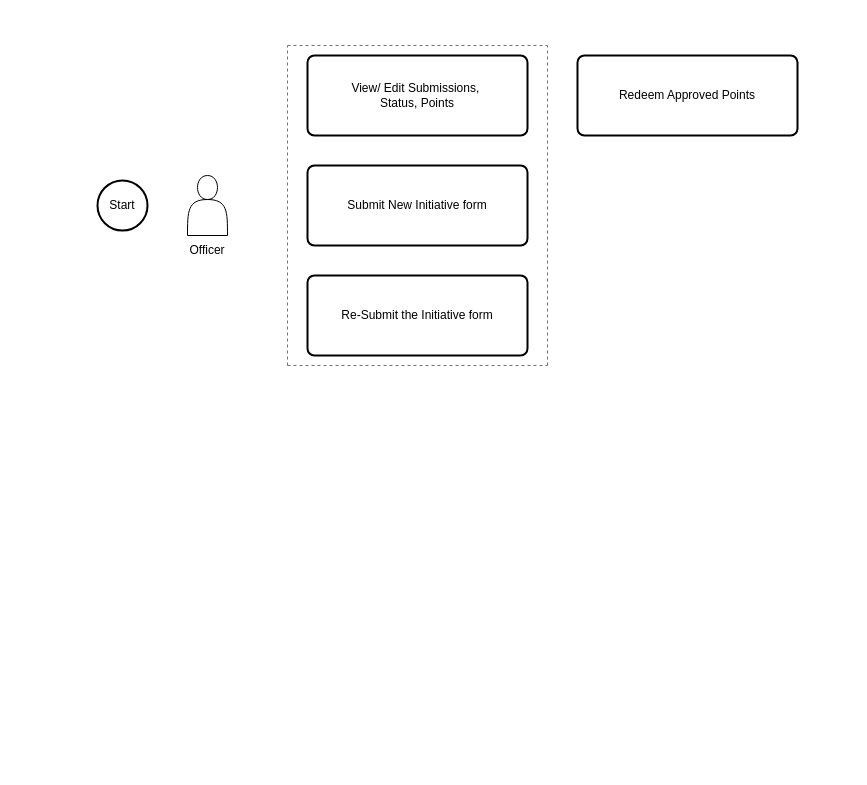
ganeshglitz/drawio keeps this draw.io diagram as Untitled Diagram.drawio. Above is the earlier version. Source tidied: cells renumbered, new cells numbered last; positions are measured from the earlier drawing's top-left corner, leaving out a move shared by most shapes. Both pictures are drawn from the tidied source at 100%, with x=0, y=0 at pixel (97, 45). Pictures stored in the file or linked from it are replaced by grey dashed boxes.
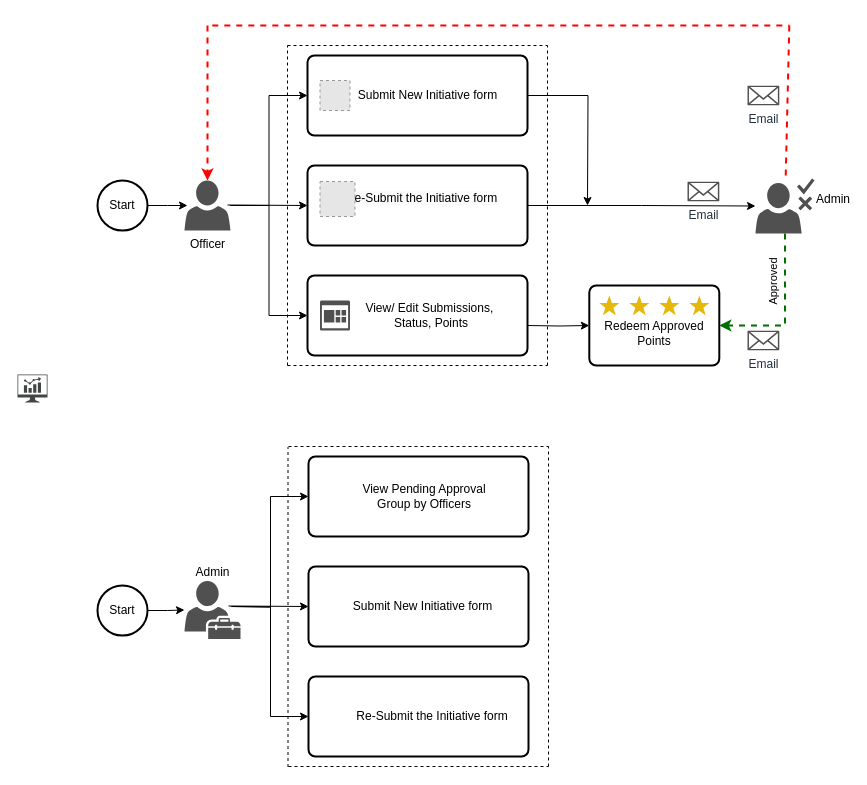
The same diagram, later.

Unchanged cells that the change refers to:
```xml
<mxCell id="2" value="Start" style="strokeWidth=2;html=1;shape=mxgraph.flowchart.start_2;whiteSpace=wrap;" parent="1" vertex="1">
  <mxGeometry y="135" width="50" height="50" as="geometry" />
</mxCell>
```

What changed in the source:
```diff
@@
+    <mxCell id="13" style="edgeStyle=orthogonalEdgeStyle;rounded=0;jettySize=auto;html=1;exitX=1;exitY=0.5;exitDx=0;exitDy=0;exitPerimeter=0;" parent="1" edge="1" source="2">
+      <mxGeometry relative="1" as="geometry">
+        <mxPoint x="90" y="160" as="targetPoint" />
+      </mxGeometry>
+    </mxCell>
@@
-    <mxCell id="3" style="shape=actor;whiteSpace=wrap;html=1;" parent="1" vertex="1">
-      <mxGeometry x="90" y="130" width="40" height="60" as="geometry" />
-    </mxCell>
-    <mxCell id="4" value="Officer" style="text;html=1;align=center;verticalAlign=middle;whiteSpace=wrap;rounded=0;" parent="1" vertex="1">
-      <mxGeometry x="80" y="190" width="60" height="30" as="geometry" />
-    </mxCell>
+    <mxCell id="14" style="edgeStyle=orthogonalEdgeStyle;rounded=0;jettySize=auto;html=1;" parent="1" edge="1" source="5" target="21">
+      <mxGeometry relative="1" as="geometry" />
+    </mxCell>
-    <mxCell id="5" value="Submit New Initiative form" style="rounded=1;whiteSpace=wrap;html=1;absoluteArcSize=1;arcSize=14;strokeWidth=2;" parent="1" vertex="1">
+    <mxCell id="5" value="&#10;&lt;span style=&quot;color: rgb(0, 0, 0); font-family: Helvetica; font-size: 12px; font-style: normal; font-variant-ligatures: normal; font-variant-caps: normal; font-weight: 400; letter-spacing: normal; orphans: 2; text-align: center; text-indent: 0px; text-transform: none; widows: 2; word-spacing: 0px; -webkit-text-stroke-width: 0px; white-space: normal; background-color: rgb(251, 251, 251); text-decoration-thickness: initial; text-decoration-style: initial; text-decoration-color: initial; display: inline !important; float: none;&quot;&gt;Re-Submit the Initiative form&lt;/span&gt;&#10;&#10;" style="rounded=1;whiteSpace=wrap;html=1;absoluteArcSize=1;arcSize=14;strokeWidth=2;spacingTop=0;spacingLeft=9;" parent="1" vertex="1">
       <mxGeometry x="210" y="120" width="220" height="80" as="geometry" />
     </mxCell>
+    <mxCell id="15" style="edgeStyle=orthogonalEdgeStyle;rounded=0;jettySize=auto;html=1;exitX=1;exitY=0.5;exitDx=0;exitDy=0;" parent="1" edge="1" source="11">
+      <mxGeometry relative="1" as="geometry">
+        <mxPoint x="490" y="160" as="targetPoint" />
+      </mxGeometry>
+    </mxCell>
-    <mxCell id="6" value="Re-Submit the Initiative form" style="rounded=1;whiteSpace=wrap;html=1;absoluteArcSize=1;arcSize=14;strokeWidth=2;" parent="1" vertex="1">
+    <mxCell id="6" value="View/ Edit Submissions,&amp;nbsp;&lt;br&gt;&lt;span style=&quot;background-color: initial;&quot;&gt;Status, Points&lt;/span&gt;" style="rounded=1;whiteSpace=wrap;html=1;absoluteArcSize=1;arcSize=14;strokeWidth=2;align=center;spacingLeft=28;" parent="1" vertex="1">
       <mxGeometry x="210" y="230" width="220" height="80" as="geometry" />
     </mxCell>
-    <mxCell id="7" style="endArrow=none;dashed=1;html=1;rounded=0;fillColor=#f8cecc;strokeColor=#b85450;" parent="1" edge="1">
+    <mxCell id="7" style="endArrow=none;dashed=1;html=1;rounded=0;fillColor=#f8cecc;strokeColor=#000000;" parent="1" edge="1">
       <mxGeometry relative="1" as="geometry">
         <mxPoint x="190" y="320" as="sourcePoint" />
         <mxPoint x="190" as="targetPoint" />
       </mxGeometry>
     </mxCell>
-    <mxCell id="8" style="endArrow=none;dashed=1;html=1;rounded=0;fillColor=#f8cecc;strokeColor=#b85450;" parent="1" edge="1">
+    <mxCell id="8" style="endArrow=none;dashed=1;html=1;rounded=0;fillColor=#f8cecc;strokeColor=#000000;" parent="1" edge="1">
       <mxGeometry relative="1" as="geometry">
         <mxPoint x="450" y="320" as="sourcePoint" />
         <mxPoint x="450" as="targetPoint" />
         <Array as="points">
           <mxPoint x="450" y="160" />
         </Array>
       </mxGeometry>
     </mxCell>
-    <mxCell id="9" style="endArrow=none;dashed=1;html=1;rounded=0;fillColor=#f8cecc;strokeColor=#b85450;" parent="1" edge="1">
+    <mxCell id="9" style="endArrow=none;dashed=1;html=1;rounded=0;fillColor=#f8cecc;strokeColor=#000000;" parent="1" edge="1">
       <mxGeometry relative="1" as="geometry">
         <mxPoint x="190" y="320" as="sourcePoint" />
         <mxPoint x="450" y="320" as="targetPoint" />
       </mxGeometry>
     </mxCell>
-    <mxCell id="10" style="endArrow=none;dashed=1;html=1;rounded=0;fillColor=#f8cecc;strokeColor=#b85450;" parent="1" edge="1">
+    <mxCell id="10" style="endArrow=none;dashed=1;html=1;rounded=0;fillColor=#f8cecc;strokeColor=#000000;" parent="1" edge="1">
       <mxGeometry relative="1" as="geometry">
         <mxPoint x="190" as="sourcePoint" />
         <mxPoint x="450" as="targetPoint" />
       </mxGeometry>
     </mxCell>
+    <mxCell id="16" style="edgeStyle=orthogonalEdgeStyle;rounded=0;jettySize=auto;html=1;entryX=0;entryY=0.5;entryDx=0;entryDy=0;" parent="1" edge="1" target="12">
+      <mxGeometry relative="1" as="geometry">
+        <mxPoint x="430" y="280" as="sourcePoint" />
+      </mxGeometry>
+    </mxCell>
-    <mxCell id="11" value="View/ Edit Submissions,&amp;nbsp;&lt;div&gt;Status, Points&lt;/div&gt;" style="rounded=1;whiteSpace=wrap;html=1;absoluteArcSize=1;arcSize=14;strokeWidth=2;" parent="1" vertex="1">
+    <mxCell id="11" value="Submit New Initiative form" style="rounded=1;whiteSpace=wrap;html=1;absoluteArcSize=1;arcSize=14;strokeWidth=2;spacingLeft=21;" parent="1" vertex="1">
       <mxGeometry x="210" y="10" width="220" height="80" as="geometry" />
     </mxCell>
-    <mxCell id="12" value="Redeem Approved Points" style="rounded=1;whiteSpace=wrap;html=1;absoluteArcSize=1;arcSize=14;strokeWidth=2;" parent="1" vertex="1">
-      <mxGeometry x="480" y="10" width="220" height="80" as="geometry" />
+    <mxCell id="12" value="Redeem Approved Points" style="rounded=1;whiteSpace=wrap;html=1;absoluteArcSize=1;arcSize=14;strokeWidth=2;spacingTop=16;" parent="1" vertex="1">
+      <mxGeometry x="491.8" y="240" width="130" height="80" as="geometry" />
     </mxCell>
+    <mxCell id="17" style="endArrow=classic;html=1;rounded=0;entryX=0;entryY=0.5;entryDx=0;entryDy=0;" parent="1" edge="1" target="5">
+      <mxGeometry relative="1" as="geometry">
+        <mxPoint x="130" y="159.5" as="sourcePoint" />
+      </mxGeometry>
+    </mxCell>
+    <mxCell id="18" style="edgeStyle=orthogonalEdgeStyle;rounded=0;jettySize=auto;html=1;entryX=0;entryY=0.5;entryDx=0;entryDy=0;" parent="1" edge="1" source="4" target="6">
+      <mxGeometry relative="1" as="geometry" />
+    </mxCell>
+    <mxCell id="19" style="edgeStyle=orthogonalEdgeStyle;rounded=0;jettySize=auto;html=1;entryX=0;entryY=0.5;entryDx=0;entryDy=0;" parent="1" edge="1" source="4" target="11">
+      <mxGeometry relative="1" as="geometry" />
+    </mxCell>
+    <mxCell id="4" value="Officer" style="sketch=0;shadow=0;dashed=0;html=1;strokeColor=none;fillColor=#505050;labelPosition=center;verticalLabelPosition=bottom;verticalAlign=top;outlineConnect=0;align=center;shape=mxgraph.office.users.user;" parent="1" vertex="1">
+      <mxGeometry x="87" y="135" width="46" height="50" as="geometry" />
+    </mxCell>
+    <mxCell id="20" value="Approved" style="edgeStyle=orthogonalEdgeStyle;rounded=0;jettySize=auto;html=1;strokeColor=#006e00;dashed=1;strokeWidth=2;verticalAlign=bottom;labelPosition=left;verticalLabelPosition=top;align=right;horizontal=0;spacingBottom=50;spacingRight=4;" parent="1" edge="1" source="21" target="12">
+      <mxGeometry relative="1" as="geometry">
+        <Array as="points">
+          <mxPoint x="688" y="280" />
+        </Array>
+      </mxGeometry>
+    </mxCell>
+    <mxCell id="21" value="Admin&lt;div&gt;&lt;br&gt;&lt;/div&gt;" style="sketch=0;shadow=0;dashed=0;html=1;strokeColor=none;fillColor=#505050;labelPosition=right;verticalLabelPosition=middle;verticalAlign=middle;outlineConnect=0;align=left;shape=mxgraph.office.users.approver;" parent="1" vertex="1">
+      <mxGeometry x="658" y="133" width="59" height="55" as="geometry" />
+    </mxCell>
+    <mxCell id="22" value="Email" style="sketch=0;fontColor=#232F3E;gradientColor=none;fillColor=#505050;strokeColor=none;dashed=0;verticalLabelPosition=bottom;verticalAlign=top;align=center;html=1;fontSize=12;fontStyle=0;shape=mxgraph.aws4.email_2;labelPosition=center;textDirection=ltr;" parent="1" vertex="1">
+      <mxGeometry x="590" y="136" width="31.8" height="20" as="geometry" />
+    </mxCell>
+    <mxCell id="23" style="endArrow=none;html=1;rounded=0;dashed=1;strokeColor=#ff0000;strokeWidth=2;" parent="1" edge="1">
+      <mxGeometry relative="1" as="geometry">
+        <mxPoint x="114.8" y="-20" as="sourcePoint" />
+        <mxPoint x="691.8" y="-20" as="targetPoint" />
+      </mxGeometry>
+    </mxCell>
+    <mxCell id="24" style="endArrow=classic;html=1;rounded=0;strokeColor=#ff0000;dashed=1;strokeWidth=2;" parent="1" edge="1" target="4">
+      <mxGeometry relative="1" as="geometry">
+        <mxPoint x="110" y="-20" as="sourcePoint" />
+      </mxGeometry>
+    </mxCell>
+    <mxCell id="25" value="Email" style="sketch=0;fontColor=#232F3E;gradientColor=none;fillColor=#505050;strokeColor=none;dashed=0;verticalLabelPosition=bottom;verticalAlign=top;align=center;html=1;fontSize=12;fontStyle=0;shape=mxgraph.aws4.email_2;labelPosition=center;textDirection=ltr;" parent="1" vertex="1">
+      <mxGeometry x="650" y="285" width="31.8" height="20" as="geometry" />
+    </mxCell>
+    <mxCell id="26" value="Email" style="sketch=0;fontColor=#232F3E;gradientColor=none;fillColor=#505050;strokeColor=none;dashed=0;verticalLabelPosition=bottom;verticalAlign=top;align=center;html=1;fontSize=12;fontStyle=0;shape=mxgraph.aws4.email_2;labelPosition=center;textDirection=ltr;" parent="1" vertex="1">
+      <mxGeometry x="650" y="40" width="31.8" height="20" as="geometry" />
+    </mxCell>
+    <mxCell id="27" style="edgeStyle=orthogonalEdgeStyle;rounded=0;jettySize=auto;html=1;" parent="1" edge="1" source="28" target="29">
+      <mxGeometry relative="1" as="geometry" />
+    </mxCell>
+    <mxCell id="28" value="Start" style="strokeWidth=2;html=1;shape=mxgraph.flowchart.start_2;whiteSpace=wrap;" parent="1" vertex="1">
+      <mxGeometry y="540" width="50" height="50" as="geometry" />
+    </mxCell>
+    <mxCell id="29" value="Admin" style="sketch=0;shadow=0;dashed=0;html=1;strokeColor=none;fillColor=#505050;labelPosition=center;verticalLabelPosition=top;verticalAlign=bottom;outlineConnect=0;align=center;shape=mxgraph.office.users.tenant_admin;" parent="1" vertex="1">
+      <mxGeometry x="87" y="535.5" width="56" height="58" as="geometry" />
+    </mxCell>
+    <mxCell id="30" style="html=1;dashed=0;verticalLabelPosition=bottom;verticalAlign=top;align=center;shape=mxgraph.gmdl.star;strokeColor=none;fillColor=#e5b80b;shadow=0;sketch=0;fontColor=#e5b80b;" parent="1" vertex="1">
+      <mxGeometry x="501.8" y="250" width="20" height="20" as="geometry" />
+    </mxCell>
+    <mxCell id="31" style="html=1;dashed=0;verticalLabelPosition=bottom;verticalAlign=top;align=center;shape=mxgraph.gmdl.star;strokeColor=none;fillColor=#e5b80b;shadow=0;sketch=0;fontColor=#e5b80b;" parent="1" vertex="1">
+      <mxGeometry x="531.8" y="250" width="20" height="20" as="geometry" />
+    </mxCell>
+    <mxCell id="32" style="html=1;dashed=0;verticalLabelPosition=bottom;verticalAlign=top;align=center;shape=mxgraph.gmdl.star;strokeColor=none;fillColor=#e5b80b;shadow=0;sketch=0;fontColor=#e5b80b;" parent="1" vertex="1">
+      <mxGeometry x="561.8" y="250" width="20" height="20" as="geometry" />
+    </mxCell>
+    <mxCell id="33" style="html=1;dashed=0;verticalLabelPosition=bottom;verticalAlign=top;align=center;shape=mxgraph.gmdl.star;strokeColor=none;fillColor=#e5b80b;shadow=0;sketch=0;fontColor=#e5b80b;" parent="1" vertex="1">
+      <mxGeometry x="591.8" y="250" width="20" height="20" as="geometry" />
+    </mxCell>
+    <mxCell id="34" style="sketch=0;shadow=0;dashed=0;html=1;strokeColor=none;fillColor=#434445;labelPosition=center;verticalLabelPosition=bottom;verticalAlign=top;align=center;shape=mxgraph.vvd.nsx_dashboard;" parent="1" vertex="1">
+      <mxGeometry x="-80" y="329.1" width="30" height="27.9" as="geometry" />
+    </mxCell>
+    <mxCell id="35" style="sketch=0;shadow=0;dashed=0;html=1;strokeColor=none;labelPosition=center;verticalLabelPosition=bottom;verticalAlign=top;align=center;fillColor=#505050;shape=mxgraph.mscae.oms.dashboard;" parent="1" vertex="1">
+      <mxGeometry x="222.5" y="255" width="30" height="30" as="geometry" />
+    </mxCell>
+    <mxCell id="36" value="Submit New Initiative form" style="rounded=1;whiteSpace=wrap;html=1;absoluteArcSize=1;arcSize=14;strokeWidth=2;spacingTop=0;spacingLeft=9;" parent="1" vertex="1">
+      <mxGeometry x="211" y="521" width="220" height="80" as="geometry" />
+    </mxCell>
+    <mxCell id="37" value="Re-Submit the Initiative form" style="rounded=1;whiteSpace=wrap;html=1;absoluteArcSize=1;arcSize=14;strokeWidth=2;align=center;spacingLeft=28;" parent="1" vertex="1">
+      <mxGeometry x="211" y="631" width="220" height="80" as="geometry" />
+    </mxCell>
+    <mxCell id="38" style="endArrow=none;dashed=1;html=1;rounded=0;fillColor=#f8cecc;strokeColor=#000000;" parent="1" edge="1">
+      <mxGeometry relative="1" as="geometry">
+        <mxPoint x="451" y="721" as="sourcePoint" />
+        <mxPoint x="451" y="401" as="targetPoint" />
+        <Array as="points">
+          <mxPoint x="451" y="561" />
+        </Array>
+      </mxGeometry>
+    </mxCell>
+    <mxCell id="39" style="endArrow=none;dashed=1;html=1;rounded=0;fillColor=#f8cecc;strokeColor=#000000;" parent="1" edge="1">
+      <mxGeometry relative="1" as="geometry">
+        <mxPoint x="191" y="721" as="sourcePoint" />
+        <mxPoint x="451" y="721" as="targetPoint" />
+      </mxGeometry>
+    </mxCell>
+    <mxCell id="40" style="endArrow=none;dashed=1;html=1;rounded=0;fillColor=#f8cecc;strokeColor=#000000;" parent="1" edge="1">
+      <mxGeometry relative="1" as="geometry">
+        <mxPoint x="191" y="401" as="sourcePoint" />
+        <mxPoint x="451" y="401" as="targetPoint" />
+      </mxGeometry>
+    </mxCell>
+    <mxCell id="41" value="View Pending Approval&lt;div&gt;Group by Officers&lt;/div&gt;" style="rounded=1;whiteSpace=wrap;html=1;absoluteArcSize=1;arcSize=14;strokeWidth=2;spacingLeft=12;" parent="1" vertex="1">
+      <mxGeometry x="211" y="411" width="220" height="80" as="geometry" />
+    </mxCell>
+    <mxCell id="42" style="endArrow=classic;html=1;rounded=0;entryX=0;entryY=0.5;entryDx=0;entryDy=0;" parent="1" edge="1" target="36">
+      <mxGeometry relative="1" as="geometry">
+        <mxPoint x="131" y="560.5" as="sourcePoint" />
+      </mxGeometry>
+    </mxCell>
+    <mxCell id="43" style="edgeStyle=orthogonalEdgeStyle;rounded=0;jettySize=auto;html=1;entryX=0;entryY=0.5;entryDx=0;entryDy=0;" parent="1" edge="1" target="37">
+      <mxGeometry relative="1" as="geometry">
+        <mxPoint x="134" y="561" as="sourcePoint" />
+      </mxGeometry>
+    </mxCell>
+    <mxCell id="44" style="edgeStyle=orthogonalEdgeStyle;rounded=0;jettySize=auto;html=1;entryX=0;entryY=0.5;entryDx=0;entryDy=0;" parent="1" edge="1" target="41">
+      <mxGeometry relative="1" as="geometry">
+        <mxPoint x="134" y="561" as="sourcePoint" />
+      </mxGeometry>
+    </mxCell>
+    <mxCell id="45" style="endArrow=none;dashed=1;html=1;rounded=0;fillColor=#f8cecc;strokeColor=#000000;" parent="1" edge="1">
+      <mxGeometry relative="1" as="geometry">
+        <mxPoint x="190.5" y="721.5" as="sourcePoint" />
+        <mxPoint x="190.5" y="401.5" as="targetPoint" />
+      </mxGeometry>
+    </mxCell>
+    <mxCell id="46" style="fillColor=#E6E6E6;strokeColor=#999999;dashed=1;html=1;verticalAlign=top;verticalLabelPosition=bottom;labelBackgroundColor=#ffffff;" parent="1" vertex="1">
+      <mxGeometry x="222.5" y="136" width="35" height="35" as="geometry" />
+    </mxCell>
+    <mxCell id="47" style="endArrow=none;html=1;rounded=0;dashed=1;strokeColor=#ff0000;strokeWidth=2;" parent="1" edge="1" target="21">
+      <mxGeometry relative="1" as="geometry">
+        <mxPoint x="691.8" y="-20" as="sourcePoint" />
+      </mxGeometry>
+    </mxCell>
+    <mxCell id="48" style="fillColor=#E6E6E6;strokeColor=#999999;dashed=1;html=1;verticalAlign=top;verticalLabelPosition=bottom;labelBackgroundColor=#ffffff;" parent="1" vertex="1">
+      <mxGeometry x="222.5" y="35" width="30" height="30" as="geometry" />
+    </mxCell>
```
